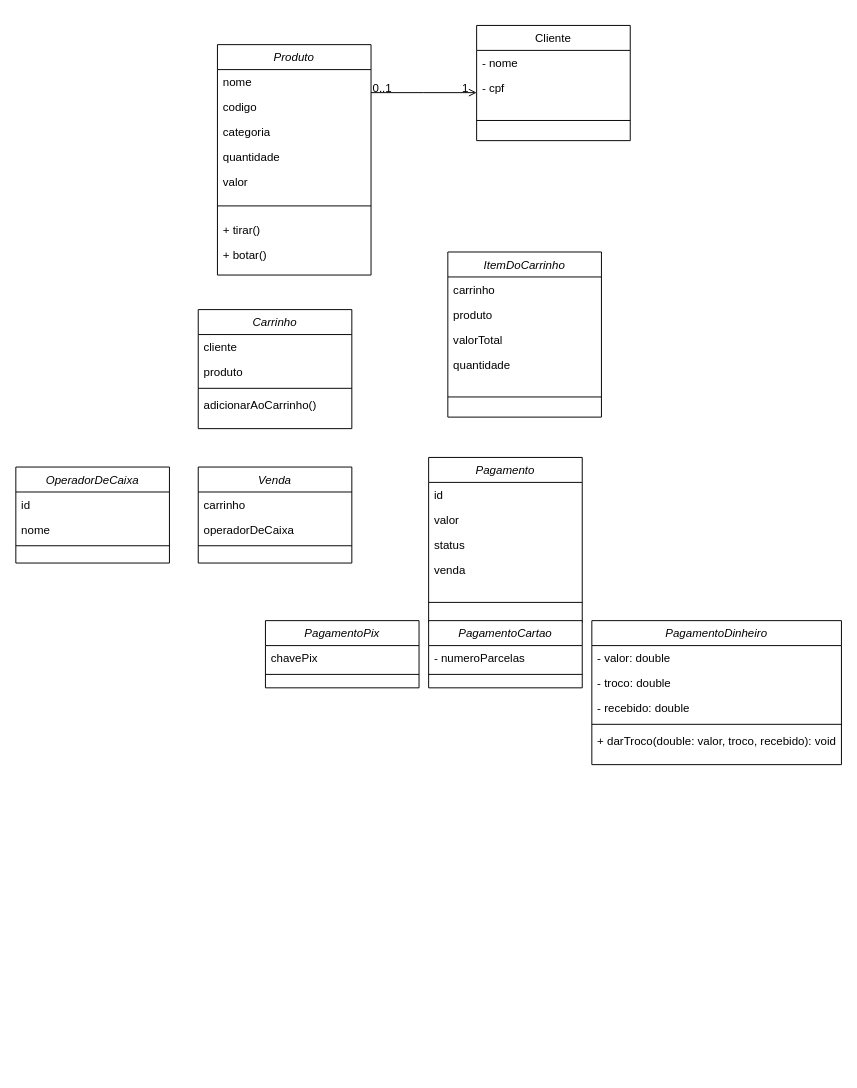
This is Diagrama sem nome.drawio from leticiagsilvaa/projetoMercado_poo, a draw.io file, before an edit. Source tidied: cells renumbered, new cells numbered last; positions are measured from the earlier drawing's top-left corner, leaving out a move shared by most shapes. Both pictures are drawn from the tidied source at 96%, with x=0, y=0 at pixel (15, 25).
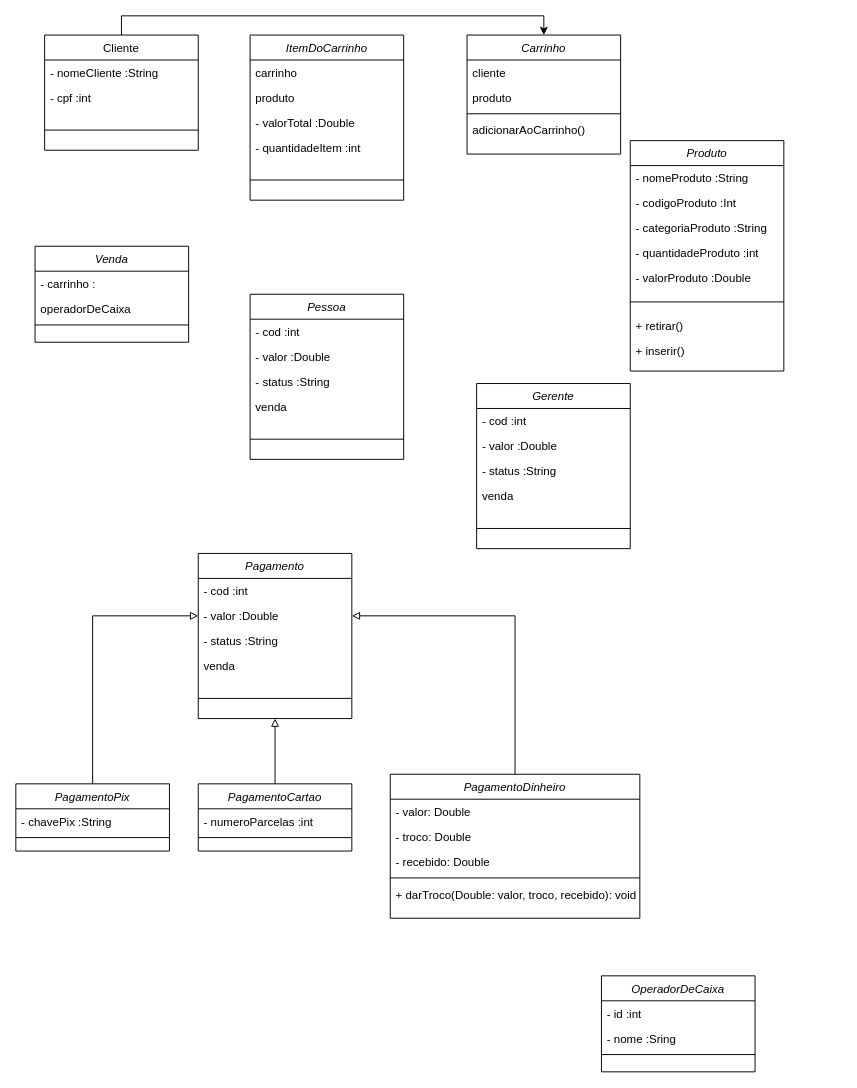
Above is the later version.

Commit message:
atualização diagrama drawio

The edit, as a diff of the source:
```diff
@@
     <mxCell id="2" value="Produto&#10;" style="swimlane;fontStyle=2;align=center;verticalAlign=top;horizontal=1;startSize=26;rounded=0;shadow=0;strokeWidth=1;" parent="1" vertex="1">
-      <mxGeometry x="210" y="20" width="160" height="240" as="geometry" />
+      <mxGeometry x="640" y="120" width="160" height="240" as="geometry" />
     </mxCell>
-    <mxCell id="3" value="nome" style="text;align=left;verticalAlign=top;spacingLeft=4;spacingRight=4;overflow=hidden;" parent="2" vertex="1">
+    <mxCell id="3" value="- nomeProduto :String" style="text;align=left;verticalAlign=top;spacingLeft=4;spacingRight=4;overflow=hidden;" parent="2" vertex="1">
       <mxGeometry y="26" width="160" height="26" as="geometry" />
     </mxCell>
-    <mxCell id="4" value="codigo" style="text;align=left;verticalAlign=top;spacingLeft=4;spacingRight=4;overflow=hidden;rounded=0;shadow=0;html=0;" parent="2" vertex="1">
+    <mxCell id="4" value="- codigoProduto :Int" style="text;align=left;verticalAlign=top;spacingLeft=4;spacingRight=4;overflow=hidden;rounded=0;shadow=0;html=0;" parent="2" vertex="1">
       <mxGeometry y="52" width="160" height="26" as="geometry" />
     </mxCell>
-    <mxCell id="5" value="categoria" style="text;align=left;verticalAlign=top;spacingLeft=4;spacingRight=4;overflow=hidden;rounded=0;shadow=0;html=0;" parent="2" vertex="1">
+    <mxCell id="5" value="- categoriaProduto :String" style="text;align=left;verticalAlign=top;spacingLeft=4;spacingRight=4;overflow=hidden;rounded=0;shadow=0;html=0;" parent="2" vertex="1">
       <mxGeometry y="78" width="160" height="26" as="geometry" />
     </mxCell>
-    <mxCell id="6" value="quantidade" style="text;align=left;verticalAlign=top;spacingLeft=4;spacingRight=4;overflow=hidden;rounded=0;shadow=0;html=0;" parent="2" vertex="1">
+    <mxCell id="6" value="- quantidadeProduto :int" style="text;align=left;verticalAlign=top;spacingLeft=4;spacingRight=4;overflow=hidden;rounded=0;shadow=0;html=0;" parent="2" vertex="1">
       <mxGeometry y="104" width="160" height="26" as="geometry" />
     </mxCell>
-    <mxCell id="7" value="valor&#10;" style="text;align=left;verticalAlign=top;spacingLeft=4;spacingRight=4;overflow=hidden;rounded=0;shadow=0;html=0;" parent="2" vertex="1">
+    <mxCell id="7" value="- valorProduto :Double&#10;" style="text;align=left;verticalAlign=top;spacingLeft=4;spacingRight=4;overflow=hidden;rounded=0;shadow=0;html=0;" parent="2" vertex="1">
       <mxGeometry y="130" width="160" height="26" as="geometry" />
     </mxCell>
@@
-    <mxCell id="9" value="+ tirar()" style="text;align=left;verticalAlign=top;spacingLeft=4;spacingRight=4;overflow=hidden;rounded=0;shadow=0;html=0;" parent="2" vertex="1">
+    <mxCell id="9" value="+ retirar()" style="text;align=left;verticalAlign=top;spacingLeft=4;spacingRight=4;overflow=hidden;rounded=0;shadow=0;html=0;" parent="2" vertex="1">
       <mxGeometry y="180" width="160" height="26" as="geometry" />
     </mxCell>
-    <mxCell id="10" value="+ botar()" style="text;align=left;verticalAlign=top;spacingLeft=4;spacingRight=4;overflow=hidden;rounded=0;shadow=0;html=0;" parent="2" vertex="1">
+    <mxCell id="10" value="+ inserir()" style="text;align=left;verticalAlign=top;spacingLeft=4;spacingRight=4;overflow=hidden;rounded=0;shadow=0;html=0;" parent="2" vertex="1">
       <mxGeometry y="206" width="160" height="26" as="geometry" />
     </mxCell>
+    <mxCell id="55" style="edgeStyle=orthogonalEdgeStyle;rounded=0;jettySize=auto;html=1;exitX=0.5;exitY=0;exitDx=0;exitDy=0;entryX=0.5;entryY=0;entryDx=0;entryDy=0;" parent="1" edge="1" source="11" target="18">
+      <mxGeometry relative="1" as="geometry" />
+    </mxCell>
     <mxCell id="11" value="Cliente" style="swimlane;fontStyle=0;align=center;verticalAlign=top;horizontal=1;startSize=26;rounded=0;shadow=0;strokeWidth=1;" parent="1" vertex="1">
-      <mxGeometry x="480" width="160" height="120" as="geometry" />
+      <mxGeometry x="30" y="10" width="160" height="120" as="geometry" />
     </mxCell>
-    <mxCell id="12" value="- nome" style="text;align=left;verticalAlign=top;spacingLeft=4;spacingRight=4;overflow=hidden;" parent="11" vertex="1">
+    <mxCell id="12" value="- nomeCliente :String" style="text;align=left;verticalAlign=top;spacingLeft=4;spacingRight=4;overflow=hidden;" parent="11" vertex="1">
       <mxGeometry y="26" width="160" height="26" as="geometry" />
     </mxCell>
-    <mxCell id="13" value="- cpf" style="text;align=left;verticalAlign=top;spacingLeft=4;spacingRight=4;overflow=hidden;rounded=0;shadow=0;html=0;" parent="11" vertex="1">
+    <mxCell id="13" value="- cpf :int" style="text;align=left;verticalAlign=top;spacingLeft=4;spacingRight=4;overflow=hidden;rounded=0;shadow=0;html=0;" parent="11" vertex="1">
       <mxGeometry y="52" width="160" height="26" as="geometry" />
     </mxCell>
@@
-    <mxCell id="15" style="endArrow=open;shadow=0;strokeWidth=1;rounded=0;endFill=1;edgeStyle=elbowEdgeStyle;elbow=vertical;" parent="1" edge="1" source="2" target="11">
-      <mxGeometry x="0.5" y="41" relative="1" as="geometry">
-        <mxPoint x="-40" y="32" as="offset" />
-      </mxGeometry>
-    </mxCell>
-    <mxCell id="16" value="0..1" style="align=left;verticalAlign=bottom;labelBackgroundColor=none;fontSize=12;" parent="15" vertex="1">
-      <mxGeometry x="-1" relative="1" as="geometry">
-        <mxPoint y="4" as="offset" />
-      </mxGeometry>
-    </mxCell>
-    <mxCell id="17" value="1" style="align=right;verticalAlign=bottom;labelBackgroundColor=none;fontSize=12;" parent="15" vertex="1">
-      <mxGeometry x="1" relative="1" as="geometry">
-        <mxPoint x="-7" y="4" as="offset" />
-      </mxGeometry>
-    </mxCell>
     <mxCell id="18" value="Carrinho" style="swimlane;fontStyle=2;align=center;verticalAlign=top;horizontal=1;startSize=26;rounded=0;shadow=0;strokeWidth=1;" parent="1" vertex="1">
-      <mxGeometry x="190" y="296" width="160" height="124" as="geometry" />
+      <mxGeometry x="470" y="10" width="160" height="124" as="geometry" />
     </mxCell>
@@
     <mxCell id="23" value="Venda" style="swimlane;fontStyle=2;align=center;verticalAlign=top;horizontal=1;startSize=26;rounded=0;shadow=0;strokeWidth=1;" parent="1" vertex="1">
-      <mxGeometry x="190" y="460" width="160" height="100" as="geometry" />
+      <mxGeometry x="20" y="230" width="160" height="100" as="geometry" />
     </mxCell>
-    <mxCell id="24" value="carrinho" style="text;align=left;verticalAlign=top;spacingLeft=4;spacingRight=4;overflow=hidden;" parent="23" vertex="1">
+    <mxCell id="24" value="- carrinho :" style="text;align=left;verticalAlign=top;spacingLeft=4;spacingRight=4;overflow=hidden;" parent="23" vertex="1">
       <mxGeometry y="26" width="160" height="26" as="geometry" />
     </mxCell>
@@
     <mxCell id="27" value="OperadorDeCaixa" style="swimlane;fontStyle=2;align=center;verticalAlign=top;horizontal=1;startSize=26;rounded=0;shadow=0;strokeWidth=1;" parent="1" vertex="1">
-      <mxGeometry y="460" width="160" height="100" as="geometry" />
+      <mxGeometry x="610" y="990" width="160" height="100" as="geometry" />
     </mxCell>
-    <mxCell id="28" value="id" style="text;align=left;verticalAlign=top;spacingLeft=4;spacingRight=4;overflow=hidden;rounded=0;shadow=0;html=0;" parent="27" vertex="1">
+    <mxCell id="28" value="- id :int" style="text;align=left;verticalAlign=top;spacingLeft=4;spacingRight=4;overflow=hidden;rounded=0;shadow=0;html=0;" parent="27" vertex="1">
       <mxGeometry y="26" width="160" height="26" as="geometry" />
     </mxCell>
-    <mxCell id="29" value="nome" style="text;align=left;verticalAlign=top;spacingLeft=4;spacingRight=4;overflow=hidden;" parent="27" vertex="1">
+    <mxCell id="29" value="- nome :Sring" style="text;align=left;verticalAlign=top;spacingLeft=4;spacingRight=4;overflow=hidden;" parent="27" vertex="1">
       <mxGeometry y="52" width="160" height="26" as="geometry" />
     </mxCell>
@@
     <mxCell id="31" value="Pagamento" style="swimlane;fontStyle=2;align=center;verticalAlign=top;horizontal=1;startSize=26;rounded=0;shadow=0;strokeWidth=1;" parent="1" vertex="1">
-      <mxGeometry x="430" y="450" width="160" height="172" as="geometry" />
+      <mxGeometry x="190" y="550" width="160" height="172" as="geometry" />
     </mxCell>
-    <mxCell id="32" value="id" style="text;align=left;verticalAlign=top;spacingLeft=4;spacingRight=4;overflow=hidden;" parent="31" vertex="1">
+    <mxCell id="32" value="- cod :int" style="text;align=left;verticalAlign=top;spacingLeft=4;spacingRight=4;overflow=hidden;" parent="31" vertex="1">
       <mxGeometry y="26" width="160" height="26" as="geometry" />
     </mxCell>
-    <mxCell id="33" value="valor" style="text;align=left;verticalAlign=top;spacingLeft=4;spacingRight=4;overflow=hidden;points=[[0,0.5],[1,0.5]];portConstraint=eastwest;rounded=0;shadow=0;html=0;" parent="31" vertex="1">
+    <mxCell id="33" value="- valor :Double" style="text;align=left;verticalAlign=top;spacingLeft=4;spacingRight=4;overflow=hidden;points=[[0,0.5],[1,0.5]];portConstraint=eastwest;rounded=0;shadow=0;html=0;" parent="31" vertex="1">
       <mxGeometry y="52" width="160" height="26" as="geometry" />
     </mxCell>
-    <mxCell id="34" value="status" style="text;align=left;verticalAlign=top;spacingLeft=4;spacingRight=4;overflow=hidden;rounded=0;shadow=0;html=0;" parent="31" vertex="1">
+    <mxCell id="34" value="- status :String" style="text;align=left;verticalAlign=top;spacingLeft=4;spacingRight=4;overflow=hidden;rounded=0;shadow=0;html=0;" parent="31" vertex="1">
       <mxGeometry y="78" width="160" height="26" as="geometry" />
     </mxCell>
@@
+    <mxCell id="56" style="edgeStyle=orthogonalEdgeStyle;rounded=0;jettySize=auto;html=1;exitX=0.5;exitY=0;exitDx=0;exitDy=0;entryX=0.5;entryY=1;entryDx=0;entryDy=0;endArrow=block;endFill=0;" parent="1" edge="1" source="37" target="31">
+      <mxGeometry relative="1" as="geometry" />
+    </mxCell>
     <mxCell id="37" value="PagamentoCartao" style="swimlane;fontStyle=2;align=center;verticalAlign=top;horizontal=1;startSize=26;rounded=0;shadow=0;strokeWidth=1;" parent="1" vertex="1">
-      <mxGeometry x="430" y="620" width="160" height="70" as="geometry" />
+      <mxGeometry x="190" y="790" width="160" height="70" as="geometry" />
     </mxCell>
-    <mxCell id="38" value="- numeroParcelas" style="text;align=left;verticalAlign=top;spacingLeft=4;spacingRight=4;overflow=hidden;rounded=0;shadow=0;html=0;" parent="37" vertex="1">
+    <mxCell id="38" value="- numeroParcelas :int" style="text;align=left;verticalAlign=top;spacingLeft=4;spacingRight=4;overflow=hidden;rounded=0;shadow=0;html=0;" parent="37" vertex="1">
       <mxGeometry y="26" width="160" height="26" as="geometry" />
     </mxCell>
@@
+    <mxCell id="57" style="edgeStyle=orthogonalEdgeStyle;rounded=0;jettySize=auto;html=1;exitX=0.5;exitY=0;exitDx=0;exitDy=0;entryX=1;entryY=0.5;entryDx=0;entryDy=0;endArrow=block;endFill=0;" parent="1" edge="1" source="40" target="33">
+      <mxGeometry relative="1" as="geometry" />
+    </mxCell>
     <mxCell id="40" value="PagamentoDinheiro" style="swimlane;fontStyle=2;align=center;verticalAlign=top;horizontal=1;startSize=26;rounded=0;shadow=0;strokeWidth=1;" parent="1" vertex="1">
-      <mxGeometry x="600" y="620" width="260" height="150" as="geometry" />
+      <mxGeometry x="390" y="780" width="260" height="150" as="geometry" />
     </mxCell>
-    <mxCell id="41" value="- valor: double" style="text;align=left;verticalAlign=top;spacingLeft=4;spacingRight=4;overflow=hidden;" parent="40" vertex="1">
+    <mxCell id="41" value="- valor: Double" style="text;align=left;verticalAlign=top;spacingLeft=4;spacingRight=4;overflow=hidden;" parent="40" vertex="1">
       <mxGeometry y="26" width="260" height="26" as="geometry" />
     </mxCell>
-    <mxCell id="42" value="- troco: double" style="text;align=left;verticalAlign=top;spacingLeft=4;spacingRight=4;overflow=hidden;" parent="40" vertex="1">
+    <mxCell id="42" value="- troco: Double" style="text;align=left;verticalAlign=top;spacingLeft=4;spacingRight=4;overflow=hidden;" parent="40" vertex="1">
       <mxGeometry y="52" width="260" height="26" as="geometry" />
     </mxCell>
-    <mxCell id="43" value="- recebido: double" style="text;align=left;verticalAlign=top;spacingLeft=4;spacingRight=4;overflow=hidden;" parent="40" vertex="1">
+    <mxCell id="43" value="- recebido: Double" style="text;align=left;verticalAlign=top;spacingLeft=4;spacingRight=4;overflow=hidden;" parent="40" vertex="1">
       <mxGeometry y="78" width="260" height="26" as="geometry" />
     </mxCell>
@@
-    <mxCell id="45" value="+ darTroco(double: valor, troco, recebido): void" style="text;align=left;verticalAlign=top;spacingLeft=4;spacingRight=4;overflow=hidden;" parent="40" vertex="1">
+    <mxCell id="45" value="+ darTroco(Double: valor, troco, recebido): void" style="text;align=left;verticalAlign=top;spacingLeft=4;spacingRight=4;overflow=hidden;" parent="40" vertex="1">
       <mxGeometry y="112" width="260" height="26" as="geometry" />
     </mxCell>
+    <mxCell id="58" style="edgeStyle=orthogonalEdgeStyle;rounded=0;jettySize=auto;html=1;exitX=0.5;exitY=0;exitDx=0;exitDy=0;endArrow=block;endFill=0;" parent="1" edge="1" source="46" target="33">
+      <mxGeometry relative="1" as="geometry" />
+    </mxCell>
     <mxCell id="46" value="PagamentoPix" style="swimlane;fontStyle=2;align=center;verticalAlign=top;horizontal=1;startSize=26;rounded=0;shadow=0;strokeWidth=1;" parent="1" vertex="1">
-      <mxGeometry x="260" y="620" width="160" height="70" as="geometry" />
+      <mxGeometry y="790" width="160" height="70" as="geometry" />
     </mxCell>
-    <mxCell id="47" value="chavePix" style="text;align=left;verticalAlign=top;spacingLeft=4;spacingRight=4;overflow=hidden;" parent="46" vertex="1">
+    <mxCell id="47" value="- chavePix :String" style="text;align=left;verticalAlign=top;spacingLeft=4;spacingRight=4;overflow=hidden;" parent="46" vertex="1">
       <mxGeometry y="26" width="160" height="26" as="geometry" />
     </mxCell>
@@
     <mxCell id="49" value="ItemDoCarrinho" style="swimlane;fontStyle=2;align=center;verticalAlign=top;horizontal=1;startSize=26;rounded=0;shadow=0;strokeWidth=1;" parent="1" vertex="1">
-      <mxGeometry x="450" y="236" width="160" height="172" as="geometry" />
+      <mxGeometry x="244" y="10" width="160" height="172" as="geometry" />
     </mxCell>
@@
-    <mxCell id="52" value="valorTotal" style="text;align=left;verticalAlign=top;spacingLeft=4;spacingRight=4;overflow=hidden;rounded=0;shadow=0;html=0;" parent="49" vertex="1">
+    <mxCell id="52" value="- valorTotal :Double" style="text;align=left;verticalAlign=top;spacingLeft=4;spacingRight=4;overflow=hidden;rounded=0;shadow=0;html=0;" parent="49" vertex="1">
       <mxGeometry y="78" width="160" height="26" as="geometry" />
     </mxCell>
-    <mxCell id="53" value="quantidade" style="text;align=left;verticalAlign=top;spacingLeft=4;spacingRight=4;overflow=hidden;rounded=0;shadow=0;html=0;" parent="49" vertex="1">
+    <mxCell id="53" value="- quantidadeItem :int" style="text;align=left;verticalAlign=top;spacingLeft=4;spacingRight=4;overflow=hidden;rounded=0;shadow=0;html=0;" parent="49" vertex="1">
       <mxGeometry y="104" width="160" height="26" as="geometry" />
     </mxCell>
@@
+    <mxCell id="59" value="Pessoa&#10;" style="swimlane;fontStyle=2;align=center;verticalAlign=top;horizontal=1;startSize=26;rounded=0;shadow=0;strokeWidth=1;" parent="1" vertex="1">
+      <mxGeometry x="244" y="280" width="160" height="172" as="geometry" />
+    </mxCell>
+    <mxCell id="60" value="- cod :int" style="text;align=left;verticalAlign=top;spacingLeft=4;spacingRight=4;overflow=hidden;" parent="59" vertex="1">
+      <mxGeometry y="26" width="160" height="26" as="geometry" />
+    </mxCell>
+    <mxCell id="61" value="- valor :Double" style="text;align=left;verticalAlign=top;spacingLeft=4;spacingRight=4;overflow=hidden;rounded=0;shadow=0;html=0;" parent="59" vertex="1">
+      <mxGeometry y="52" width="160" height="26" as="geometry" />
+    </mxCell>
+    <mxCell id="62" value="- status :String" style="text;align=left;verticalAlign=top;spacingLeft=4;spacingRight=4;overflow=hidden;rounded=0;shadow=0;html=0;" parent="59" vertex="1">
+      <mxGeometry y="78" width="160" height="26" as="geometry" />
+    </mxCell>
+    <mxCell id="63" value="venda" style="text;align=left;verticalAlign=top;spacingLeft=4;spacingRight=4;overflow=hidden;rounded=0;shadow=0;html=0;" parent="59" vertex="1">
+      <mxGeometry y="104" width="160" height="26" as="geometry" />
+    </mxCell>
+    <mxCell id="64" style="line;html=1;strokeWidth=1;align=left;verticalAlign=middle;spacingTop=-1;spacingLeft=3;spacingRight=3;labelPosition=right;" parent="59" vertex="1">
+      <mxGeometry y="130" width="160" height="42" as="geometry" />
+    </mxCell>
+    <mxCell id="65" value="Gerente" style="swimlane;fontStyle=2;align=center;verticalAlign=top;horizontal=1;startSize=26;rounded=0;shadow=0;strokeWidth=1;" parent="1" vertex="1">
+      <mxGeometry x="480" y="373" width="160" height="172" as="geometry" />
+    </mxCell>
+    <mxCell id="66" value="- cod :int" style="text;align=left;verticalAlign=top;spacingLeft=4;spacingRight=4;overflow=hidden;" parent="65" vertex="1">
+      <mxGeometry y="26" width="160" height="26" as="geometry" />
+    </mxCell>
+    <mxCell id="67" value="- valor :Double" style="text;align=left;verticalAlign=top;spacingLeft=4;spacingRight=4;overflow=hidden;rounded=0;shadow=0;html=0;" parent="65" vertex="1">
+      <mxGeometry y="52" width="160" height="26" as="geometry" />
+    </mxCell>
+    <mxCell id="68" value="- status :String" style="text;align=left;verticalAlign=top;spacingLeft=4;spacingRight=4;overflow=hidden;rounded=0;shadow=0;html=0;" parent="65" vertex="1">
+      <mxGeometry y="78" width="160" height="26" as="geometry" />
+    </mxCell>
+    <mxCell id="69" value="venda" style="text;align=left;verticalAlign=top;spacingLeft=4;spacingRight=4;overflow=hidden;rounded=0;shadow=0;html=0;" parent="65" vertex="1">
+      <mxGeometry y="104" width="160" height="26" as="geometry" />
+    </mxCell>
+    <mxCell id="70" style="line;html=1;strokeWidth=1;align=left;verticalAlign=middle;spacingTop=-1;spacingLeft=3;spacingRight=3;labelPosition=right;" parent="65" vertex="1">
+      <mxGeometry y="130" width="160" height="42" as="geometry" />
+    </mxCell>
```
